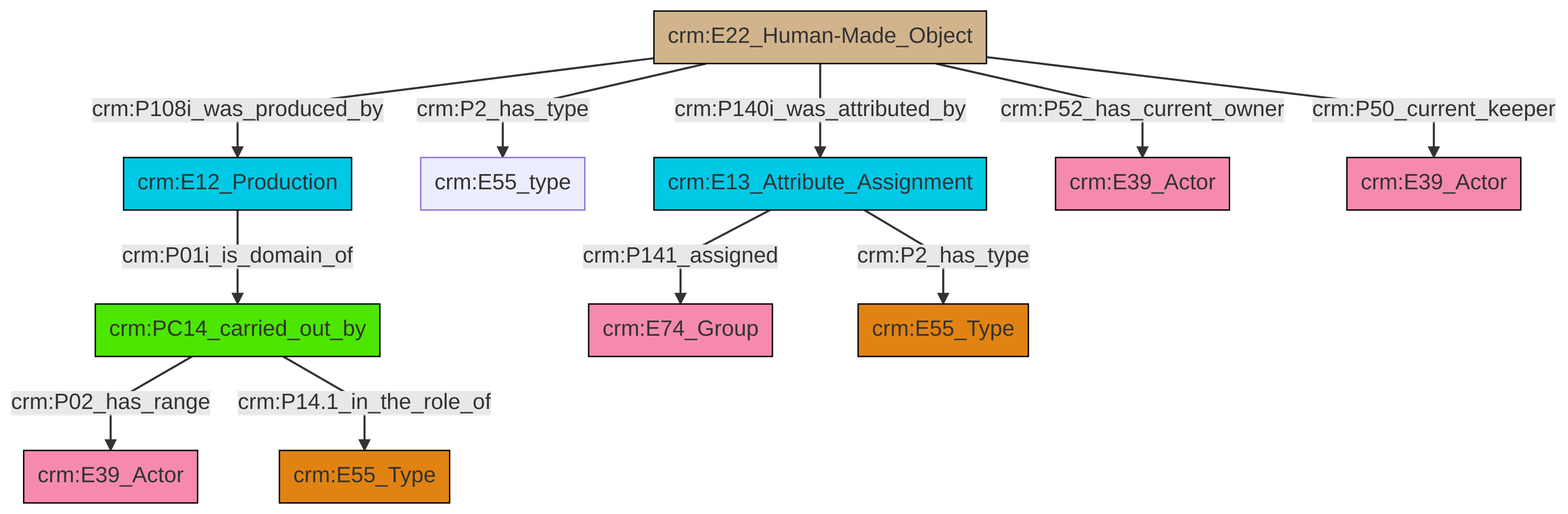
Above: et/artworkCSV/ttl/mmd/png/Artwork_Actor_Relations.png in swiss-art-research-net/reference-data-models (Mermaid), before the change. Its source is kept beside it as et/artworkCSV/ttl/mmd/Artwork_Actor_Relations.ttl.mmd. Its diagram source:
```mermaid
graph TD
classDef Literal fill:#f2f2f2,stroke:#000000;
classDef CRM_Entity fill:#FFFFFF,stroke:#000000;
classDef Temporal_Entity fill:#00C9E6, stroke:#000000;
classDef Type fill:#E18312, stroke:#000000;
classDef Time-Span fill:#2C9C91, stroke:#000000;
classDef Appellation fill:#FFEB7F, stroke:#000000;
classDef Place fill:#008836, stroke:#000000;
classDef Persistent_Item fill:#B266B2, stroke:#000000;
classDef Conceptual_Object fill:#FFD700, stroke:#000000;
classDef Physical_Thing fill:#D2B48C, stroke:#000000;
classDef Actor fill:#f58aad, stroke:#000000;
classDef PC_Classes fill:#4ce600, stroke:#000000;
classDef Multi fill:#cccccc,stroke:#000000;

0["crm:PC14_carried_out_by"]:::PC_Classes -->|crm:P02_has_range| 1["crm:E39_Actor"]:::Actor
2["crm:E22_Human-Made_Object"]:::Physical_Thing -->|crm:P108i_was_produced_by| 3["crm:E12_Production"]:::Temporal_Entity
0["crm:PC14_carried_out_by"]:::PC_Classes -->|crm:P14.1_in_the_role_of| 9["crm:E55_Type"]:::Type
2["crm:E22_Human-Made_Object"]:::Physical_Thing -->|crm:P52_has_current_owner| 17["crm:E39_Actor"]:::Actor
2["crm:E22_Human-Made_Object"]:::Physical_Thing -->|crm:P50_current_keeper| 20["crm:E39_Actor"]:::Actor
15["crm:E13_Attribute_Assignment"]:::Temporal_Entity -->|crm:P2_has_type| 13["crm:E55_Type"]:::Type
15["crm:E13_Attribute_Assignment"]:::Temporal_Entity -->|crm:P141_assigned| 4["crm:E74_Group"]:::Actor
2["crm:E22_Human-Made_Object"]:::Physical_Thing -->|crm:P2_has_type| 7["crm:E55_type"]:::Default
2["crm:E22_Human-Made_Object"]:::Physical_Thing -->|crm:P140i_was_attributed_by| 15["crm:E13_Attribute_Assignment"]:::Temporal_Entity
3["crm:E12_Production"]:::Temporal_Entity -->|crm:P01i_is_domain_of| 0["crm:PC14_carried_out_by"]:::PC_Classes
```
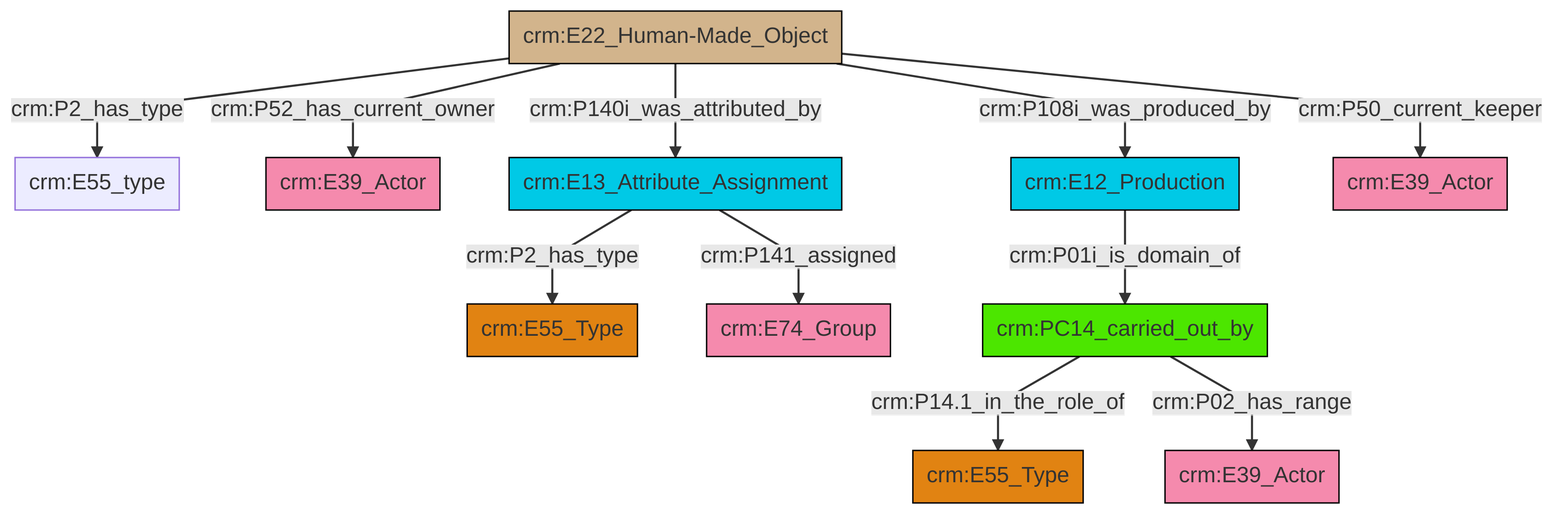
The same diagram one commit later.

Change to the diagram source:
```diff
@@ -13,13 +13,13 @@
 classDef PC_Classes fill:#4ce600, stroke:#000000;
 classDef Multi fill:#cccccc,stroke:#000000;
 
-0["crm:PC14_carried_out_by"]:::PC_Classes -->|crm:P02_has_range| 1["crm:E39_Actor"]:::Actor
-2["crm:E22_Human-Made_Object"]:::Physical_Thing -->|crm:P108i_was_produced_by| 3["crm:E12_Production"]:::Temporal_Entity
-0["crm:PC14_carried_out_by"]:::PC_Classes -->|crm:P14.1_in_the_role_of| 9["crm:E55_Type"]:::Type
-2["crm:E22_Human-Made_Object"]:::Physical_Thing -->|crm:P52_has_current_owner| 17["crm:E39_Actor"]:::Actor
-2["crm:E22_Human-Made_Object"]:::Physical_Thing -->|crm:P50_current_keeper| 20["crm:E39_Actor"]:::Actor
-15["crm:E13_Attribute_Assignment"]:::Temporal_Entity -->|crm:P2_has_type| 13["crm:E55_Type"]:::Type
-15["crm:E13_Attribute_Assignment"]:::Temporal_Entity -->|crm:P141_assigned| 4["crm:E74_Group"]:::Actor
-2["crm:E22_Human-Made_Object"]:::Physical_Thing -->|crm:P2_has_type| 7["crm:E55_type"]:::Default
-2["crm:E22_Human-Made_Object"]:::Physical_Thing -->|crm:P140i_was_attributed_by| 15["crm:E13_Attribute_Assignment"]:::Temporal_Entity
-3["crm:E12_Production"]:::Temporal_Entity -->|crm:P01i_is_domain_of| 0["crm:PC14_carried_out_by"]:::PC_Classes
+4["crm:E13_Attribute_Assignment"]:::Temporal_Entity -->|crm:P2_has_type| 5["crm:E55_Type"]:::Type
+6["crm:E22_Human-Made_Object"]:::Physical_Thing -->|crm:P108i_was_produced_by| 7["crm:E12_Production"]:::Temporal_Entity
+4["crm:E13_Attribute_Assignment"]:::Temporal_Entity -->|crm:P141_assigned| 8["crm:E74_Group"]:::Actor
+9["crm:PC14_carried_out_by"]:::PC_Classes -->|crm:P14.1_in_the_role_of| 10["crm:E55_Type"]:::Type
+6["crm:E22_Human-Made_Object"]:::Physical_Thing -->|crm:P2_has_type| 0["crm:E55_type"]:::Default
+6["crm:E22_Human-Made_Object"]:::Physical_Thing -->|crm:P50_current_keeper| 13["crm:E39_Actor"]:::Actor
+9["crm:PC14_carried_out_by"]:::PC_Classes -->|crm:P02_has_range| 11["crm:E39_Actor"]:::Actor
+7["crm:E12_Production"]:::Temporal_Entity -->|crm:P01i_is_domain_of| 9["crm:PC14_carried_out_by"]:::PC_Classes
+6["crm:E22_Human-Made_Object"]:::Physical_Thing -->|crm:P52_has_current_owner| 2["crm:E39_Actor"]:::Actor
+6["crm:E22_Human-Made_Object"]:::Physical_Thing -->|crm:P140i_was_attributed_by| 4["crm:E13_Attribute_Assignment"]:::Temporal_Entity
```
